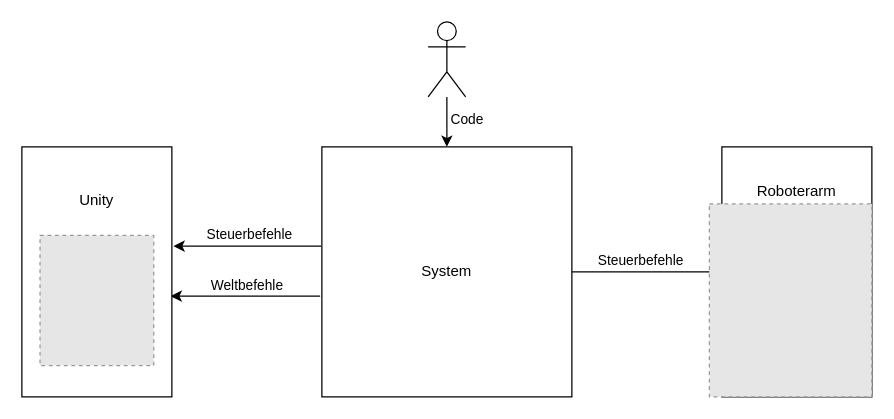
The draw.io diagram docs/asciidoc/assets/ContextDiagramm.drawio in Stonehouse1703/DigitalTwin-for-MyPalletizer-260-M5-UnityVersion, before the edit. Source tidied: cells renumbered, new cells numbered last; positions are measured from the earlier drawing's top-left corner, leaving out a move shared by most shapes. Both pictures are drawn from the tidied source at 125%, with x=0, y=0 at pixel (21, 21). Pictures stored in the file or linked from it are replaced by grey dashed boxes.
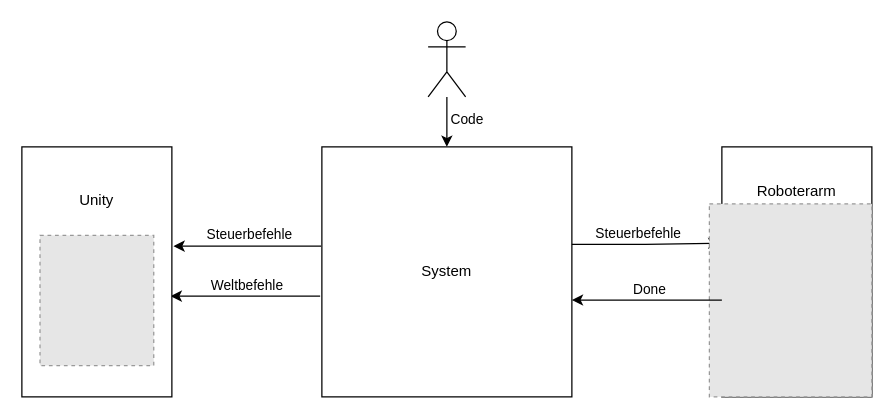
The same diagram, later.

The change refers to these unchanged cells:
```xml
<mxCell id="2" value="Roboterarm&lt;br&gt;&lt;br&gt;&lt;br&gt;&lt;br&gt;&lt;br&gt;&lt;br&gt;&lt;br&gt;&lt;br&gt;&lt;br&gt;&lt;div&gt;&lt;br/&gt;&lt;/div&gt;" style="rounded=0;whiteSpace=wrap;html=1;" parent="1" vertex="1">
  <mxGeometry x="560" y="100" width="120" height="200" as="geometry" />
</mxCell>
<mxCell id="12" value="System" style="whiteSpace=wrap;html=1;" parent="1" vertex="1">
  <mxGeometry x="240" y="100" width="200" height="200" as="geometry" />
</mxCell>
```

Change to the diagram source:
```diff
@@
-    <mxCell id="8" style="edgeStyle=orthogonalEdgeStyle;rounded=0;jettySize=auto;html=1;entryX=0;entryY=0.5;entryDx=0;entryDy=0;" parent="1" edge="1" source="12" target="2">
-      <mxGeometry relative="1" as="geometry" />
+    <mxCell id="8" style="edgeStyle=orthogonalEdgeStyle;rounded=0;jettySize=auto;html=1;exitX=0.994;exitY=0.39;exitDx=0;exitDy=0;exitPerimeter=0;" parent="1" edge="1" source="12">
+      <mxGeometry relative="1" as="geometry">
+        <mxPoint x="558" y="177" as="targetPoint" />
+      </mxGeometry>
     </mxCell>
@@
+    <mxCell id="16" style="edgeStyle=orthogonalEdgeStyle;rounded=0;orthogonalLoop=1;jettySize=auto;html=1;entryX=0.992;entryY=0.597;entryDx=0;entryDy=0;exitX=-0.007;exitY=0.597;exitDx=0;exitDy=0;exitPerimeter=0;entryPerimeter=0;" parent="1" edge="1">
+      <mxGeometry relative="1" as="geometry">
+        <mxPoint x="560" y="222.5" as="sourcePoint" />
+        <mxPoint x="440" y="222.5" as="targetPoint" />
+      </mxGeometry>
+    </mxCell>
+    <mxCell id="17" value="Done" style="edgeLabel;html=1;align=center;verticalAlign=middle;" parent="16" vertex="1">
+      <mxGeometry x="0.2" y="1" relative="1" as="geometry">
+        <mxPoint x="13" y="-10" as="offset" />
+      </mxGeometry>
+    </mxCell>
```
